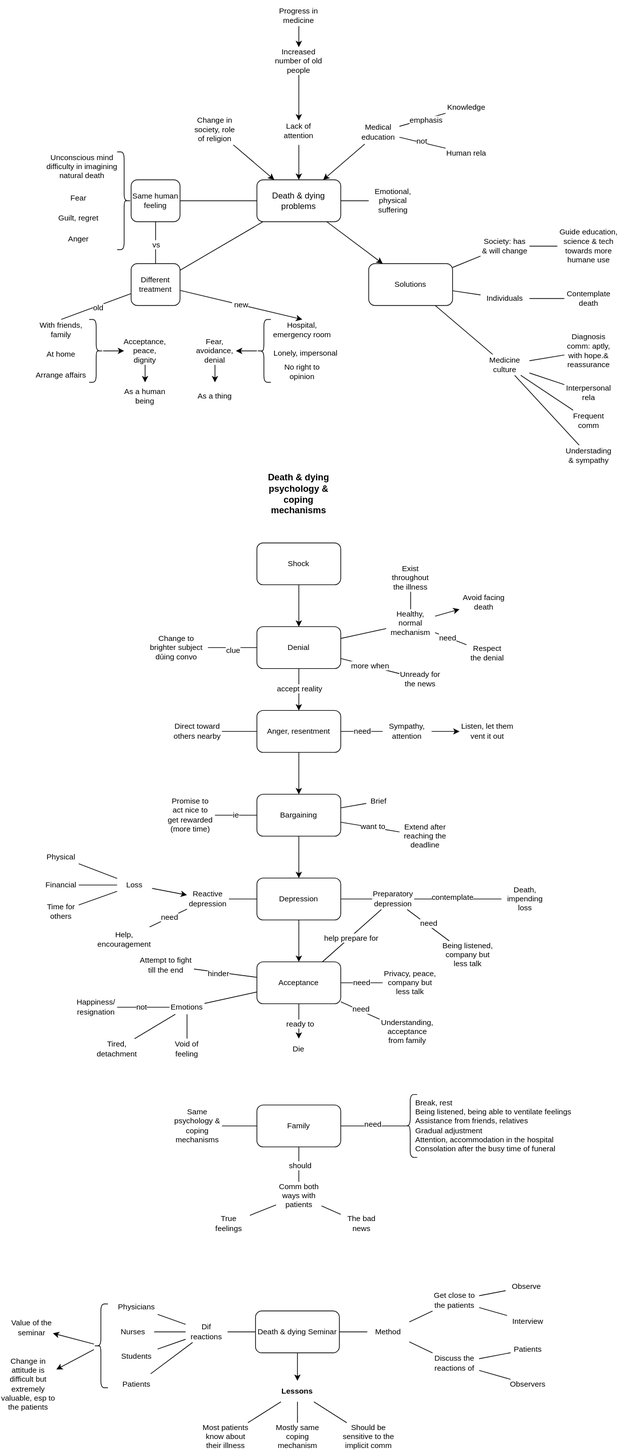
Earlier version of the draw.io export psychology/resources/on-death-and-dying.drawio.svg (hungcq/knowledge-repo). Source tidied: cells renumbered, new cells last; positions are measured from the earlier drawing's top-left corner, leaving out a move shared by most shapes.
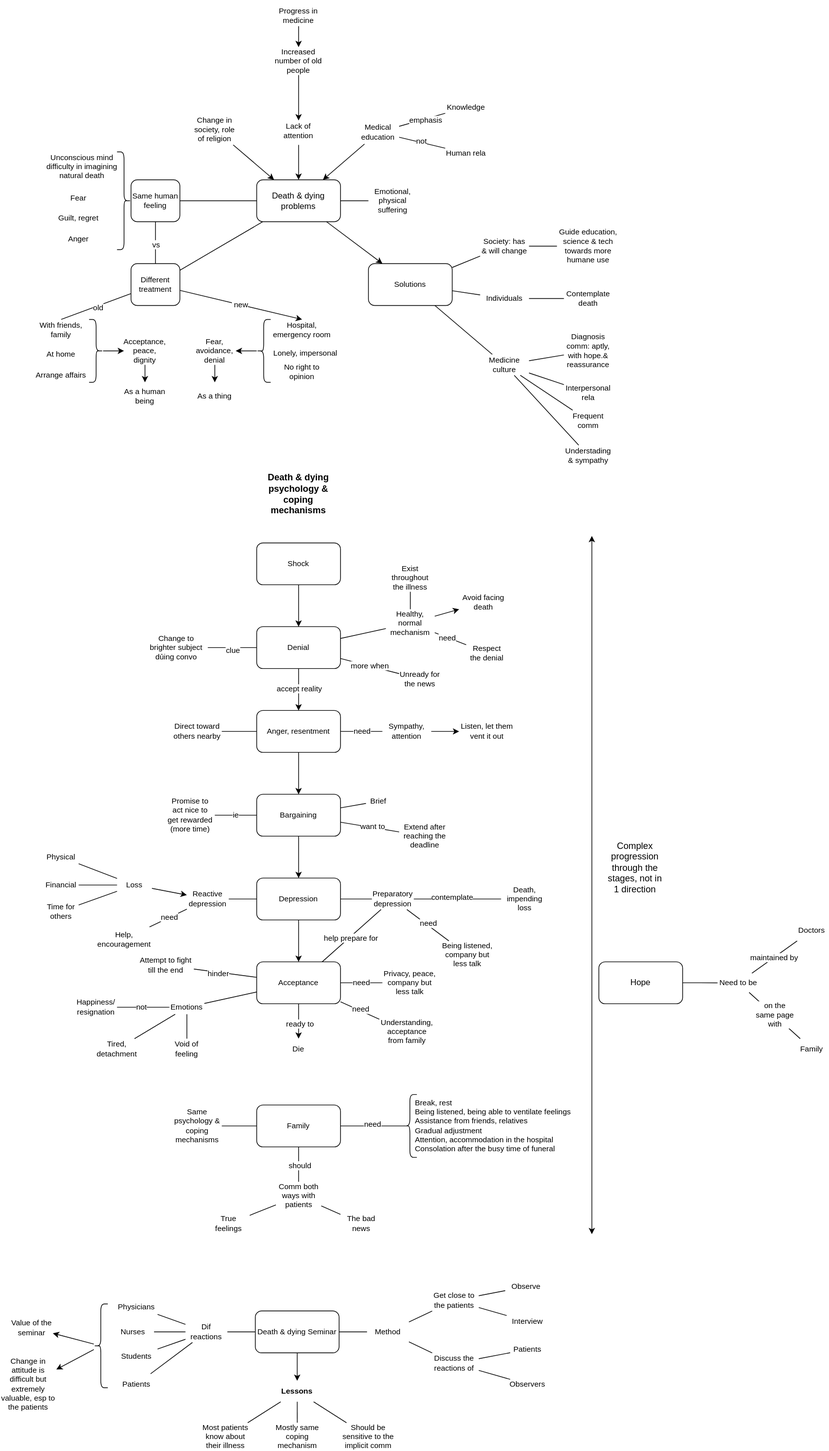
The same diagram one commit later.

Diff of the diagram source:
```diff
@@ -1,4 +1,4 @@
-<mxGraphModel>
+<mxGraphModel background="#ffffff">
   <root>
     <mxCell id="0" />
     <mxCell id="1" parent="0" />
@@ -642,5 +642,41 @@
     <mxCell id="211" value="Should be sensitive to the implicit comm" style="text;html=1;strokeColor=none;fillColor=none;align=center;verticalAlign=middle;whiteSpace=wrap;rounded=0;fontSize=11;fontFamily=Helvetica;fontColor=default;" parent="1" vertex="1">
       <mxGeometry x="487" y="2030" width="80" height="40" as="geometry" />
     </mxCell>
+    <mxCell id="212" style="endArrow=classic;html=1;rounded=0;startArrow=classic;startFill=1;endFill=1;" parent="1" edge="1">
+      <mxGeometry relative="1" as="geometry">
+        <mxPoint x="847" y="1760" as="sourcePoint" />
+        <mxPoint x="847" y="760" as="targetPoint" />
+      </mxGeometry>
+    </mxCell>
+    <mxCell id="213" style="edgeStyle=orthogonalEdgeStyle;rounded=0;jettySize=auto;html=1;endArrow=none;endFill=0;" parent="1" edge="1" source="214" target="220">
+      <mxGeometry relative="1" as="geometry" />
+    </mxCell>
+    <mxCell id="214" value="Hope" style="rounded=1;whiteSpace=wrap;html=1;" parent="1" vertex="1">
+      <mxGeometry x="857" y="1370" width="120" height="60" as="geometry" />
+    </mxCell>
+    <mxCell id="215" value="Doctors" style="text;html=1;strokeColor=none;fillColor=none;align=center;verticalAlign=middle;whiteSpace=wrap;rounded=0;fontSize=11;fontFamily=Helvetica;fontColor=default;" parent="1" vertex="1">
+      <mxGeometry x="1137" y="1310" width="50" height="30" as="geometry" />
+    </mxCell>
+    <mxCell id="216" style="shape=connector;rounded=0;jettySize=auto;html=1;labelBackgroundColor=default;strokeColor=default;align=center;verticalAlign=middle;fontFamily=Helvetica;fontSize=11;fontColor=default;endArrow=none;endFill=0;" parent="1" edge="1" source="220" target="215">
+      <mxGeometry relative="1" as="geometry" />
+    </mxCell>
+    <mxCell id="217" value="maintained by" style="edgeLabel;html=1;align=center;verticalAlign=middle;fontSize=11;fontFamily=Helvetica;fontColor=default;" parent="216" vertex="1">
+      <mxGeometry x="-0.03" relative="1" as="geometry" />
+    </mxCell>
+    <mxCell id="218" style="edgeStyle=none;shape=connector;rounded=0;jettySize=auto;html=1;labelBackgroundColor=default;strokeColor=default;align=center;verticalAlign=middle;fontFamily=Helvetica;fontSize=11;fontColor=default;endArrow=none;endFill=0;" parent="1" edge="1" source="220" target="221">
+      <mxGeometry relative="1" as="geometry" />
+    </mxCell>
+    <mxCell id="219" value="on the&lt;br&gt;same page&lt;br&gt;with" style="edgeLabel;html=1;align=center;verticalAlign=middle;fontSize=11;fontFamily=Helvetica;fontColor=default;" parent="218" vertex="1">
+      <mxGeometry x="-0.03" y="1" relative="1" as="geometry" />
+    </mxCell>
+    <mxCell id="220" value="Need to be" style="text;html=1;strokeColor=none;fillColor=none;align=center;verticalAlign=middle;whiteSpace=wrap;rounded=0;fontSize=11;fontFamily=Helvetica;fontColor=default;" parent="1" vertex="1">
+      <mxGeometry x="1027" y="1386.2" width="60" height="27.5" as="geometry" />
+    </mxCell>
+    <mxCell id="221" value="Family" style="text;html=1;strokeColor=none;fillColor=none;align=center;verticalAlign=middle;whiteSpace=wrap;rounded=0;fontSize=11;fontFamily=Helvetica;fontColor=default;" parent="1" vertex="1">
+      <mxGeometry x="1137" y="1480" width="50" height="30" as="geometry" />
+    </mxCell>
+    <mxCell id="222" value="&lt;font style=&quot;font-size: 13px;&quot;&gt;&lt;span&gt;Complex progression through the stages, not in 1 direction&lt;/span&gt;&lt;/font&gt;" style="text;html=1;strokeColor=none;fillColor=none;align=center;verticalAlign=middle;whiteSpace=wrap;rounded=0;fontSize=11;fontFamily=Helvetica;fontColor=default;fontStyle=0;" parent="1" vertex="1">
+      <mxGeometry x="864" y="1190" width="90" height="90" as="geometry" />
+    </mxCell>
   </root>
 </mxGraphModel>
```
